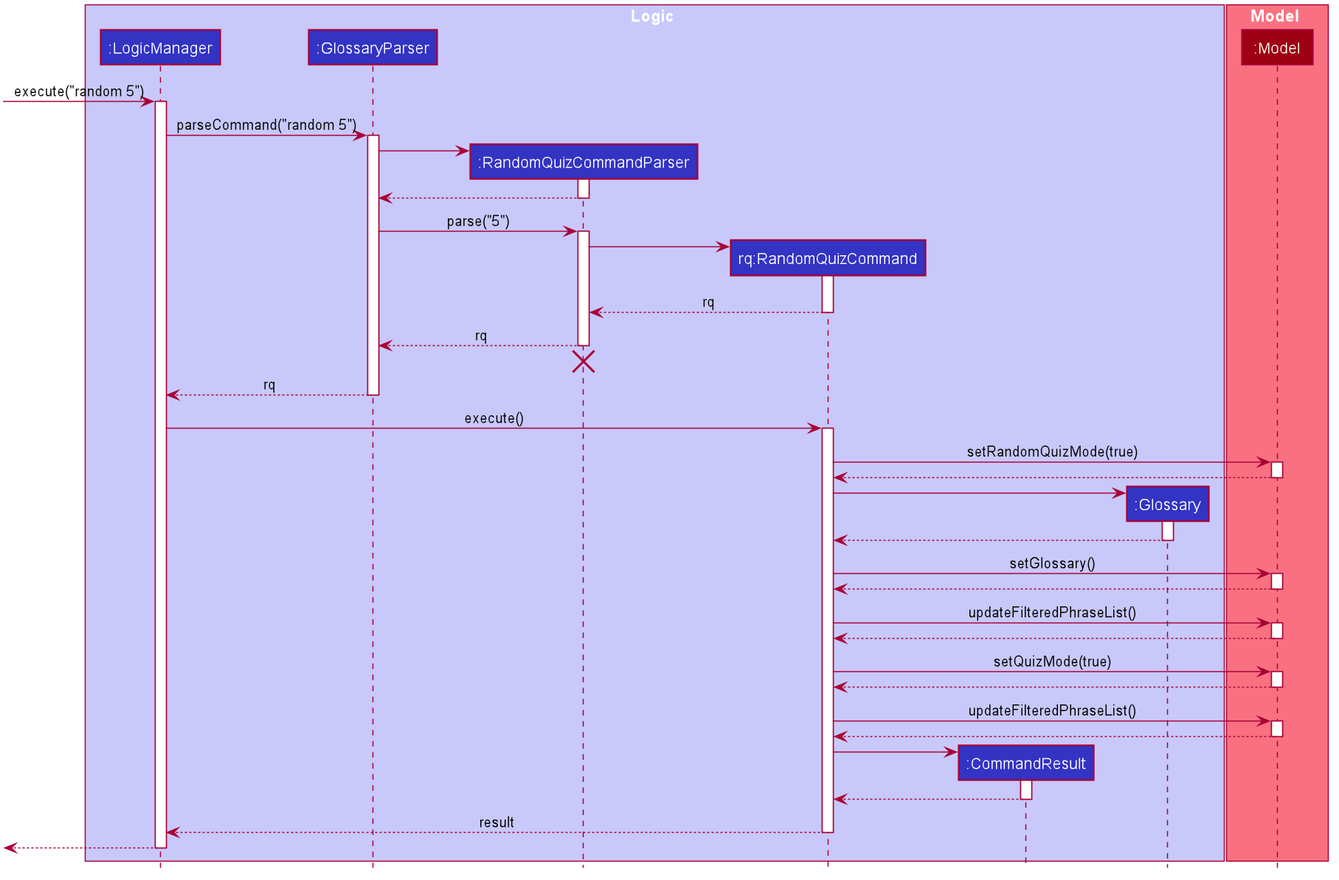
The PlantUML diagram docs/images/RandomQuizSequenceDiagram.png in zhizhizhizhizhi/tp, before a commit.
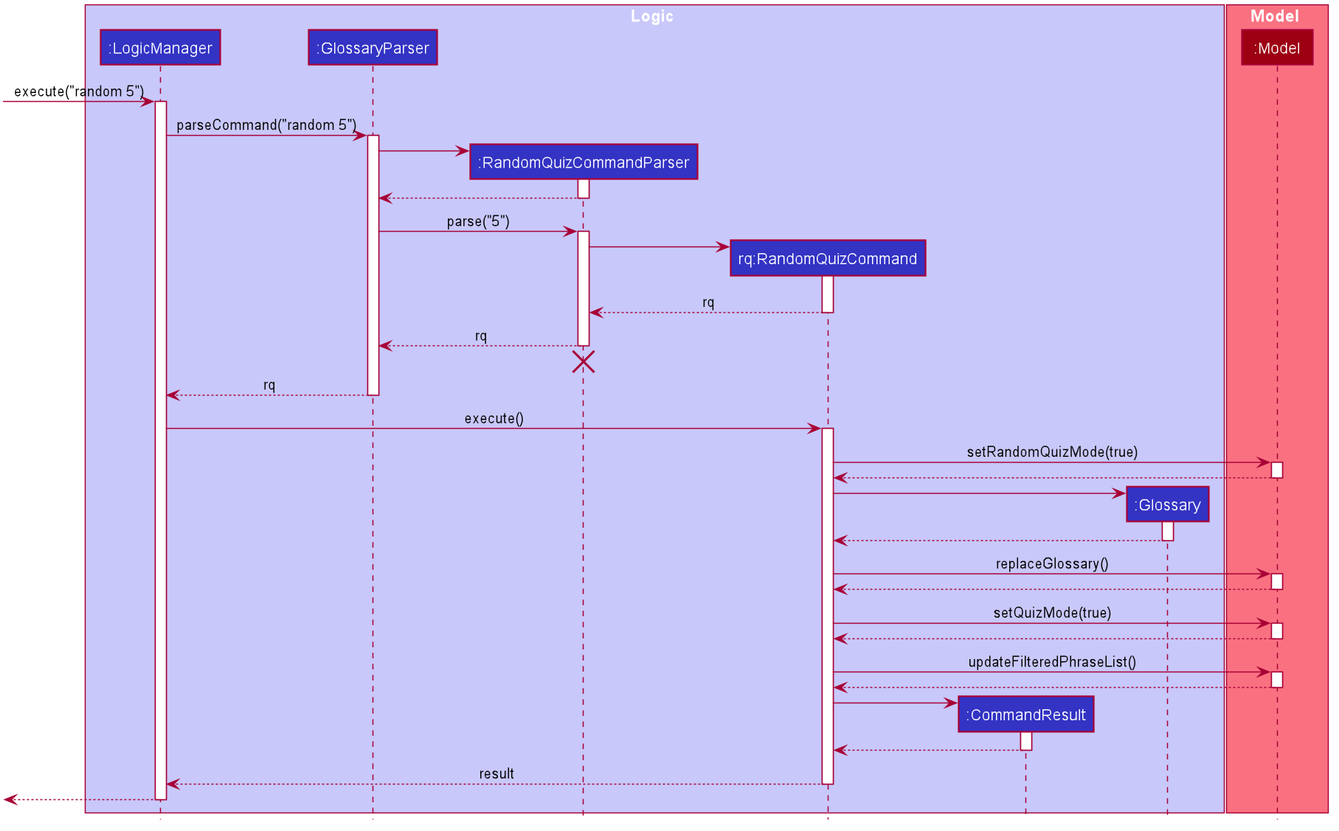
The same diagram one commit later.

What changed in the source:
```diff
@@ -108,13 +108,7 @@
 Glossary --> RandomQuizCommand
 deactivate Glossary
 
-RandomQuizCommand -> Model : setGlossary()
-activate Model
-
-Model --> RandomQuizCommand
-deactivate Model
-
-RandomQuizCommand -> Model : updateFilteredPhraseList()
+RandomQuizCommand -> Model : replaceGlossary()
 activate Model
 
 Model --> RandomQuizCommand
```
